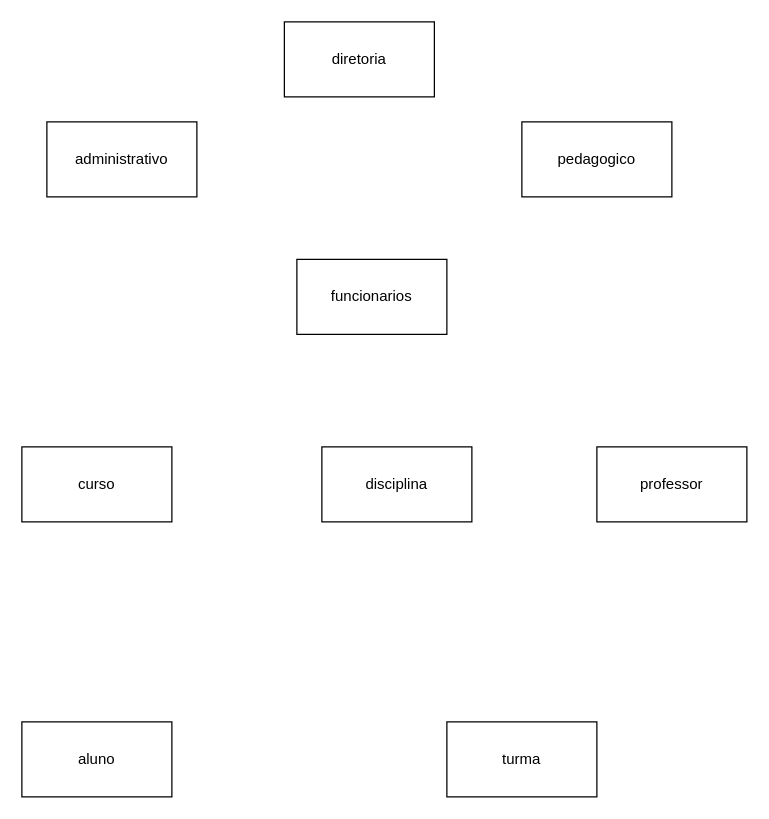
Before: Untitled Diagram.drawio in GuilhermeScheidt/diagrams, a draw.io diagram. Source tidied: cells renumbered, new cells numbered last; positions are measured from the earlier drawing's top-left corner, leaving out a move shared by most shapes. Both pictures are drawn from the tidied source at 125%, with x=0, y=0 at pixel (21, 21).
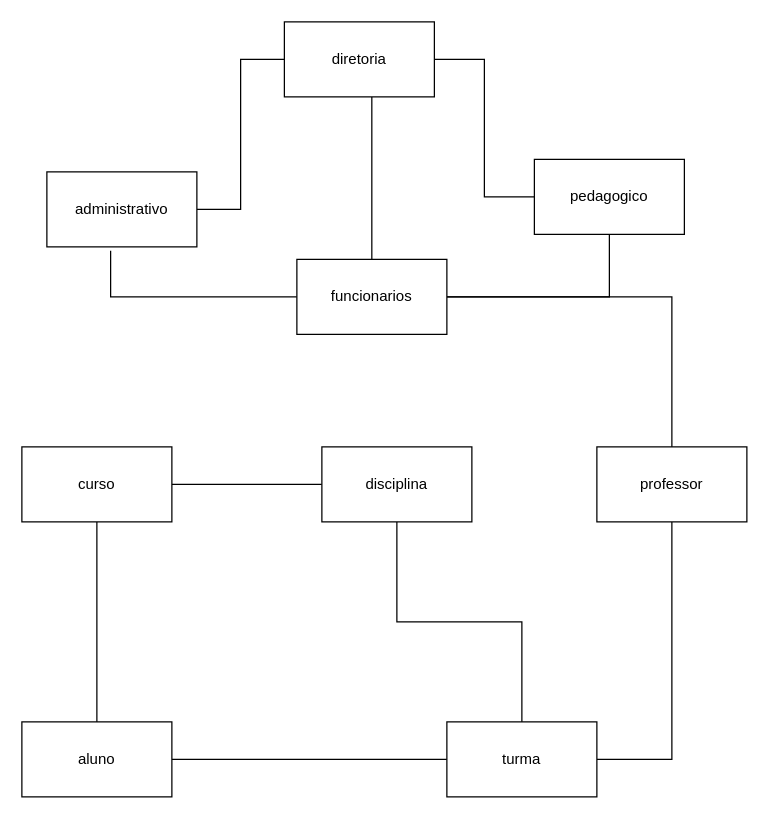
The same page after the edit.

Commit message (it also covers changes not shown here):
school departament concept

The change refers to these unchanged cells:
```xml
<mxCell id="2" value="diretoria" style="rounded=0;whiteSpace=wrap;html=1;" parent="1" vertex="1">
  <mxGeometry x="210" width="120" height="60" as="geometry" />
</mxCell>
<mxCell id="5" value="funcionarios" style="rounded=0;whiteSpace=wrap;html=1;" parent="1" vertex="1">
  <mxGeometry x="220" y="190" width="120" height="60" as="geometry" />
</mxCell>
<mxCell id="6" value="curso" style="rounded=0;whiteSpace=wrap;html=1;" parent="1" vertex="1">
  <mxGeometry y="340" width="120" height="60" as="geometry" />
</mxCell>
<mxCell id="7" value="disciplina" style="rounded=0;whiteSpace=wrap;html=1;" parent="1" vertex="1">
  <mxGeometry x="240" y="340" width="120" height="60" as="geometry" />
</mxCell>
<mxCell id="8" value="professor" style="rounded=0;whiteSpace=wrap;html=1;" parent="1" vertex="1">
  <mxGeometry x="460" y="340" width="120" height="60" as="geometry" />
</mxCell>
<mxCell id="9" value="aluno" style="rounded=0;whiteSpace=wrap;html=1;" parent="1" vertex="1">
  <mxGeometry y="560" width="120" height="60" as="geometry" />
</mxCell>
<mxCell id="10" value="turma" style="rounded=0;whiteSpace=wrap;html=1;" parent="1" vertex="1">
  <mxGeometry x="340" y="560" width="120" height="60" as="geometry" />
</mxCell>
```

Diff of the diagram source:
```diff
@@
+    <mxCell id="11" style="edgeStyle=orthogonalEdgeStyle;rounded=0;jettySize=auto;html=1;entryX=1;entryY=0.5;entryDx=0;entryDy=0;endArrow=none;endFill=0;" parent="1" edge="1" source="3" target="2">
+      <mxGeometry relative="1" as="geometry" />
+    </mxCell>
     <mxCell id="3" value="pedagogico" style="rounded=0;whiteSpace=wrap;html=1;" parent="1" vertex="1">
-      <mxGeometry x="400" y="80" width="120" height="60" as="geometry" />
+      <mxGeometry x="410" y="110" width="120" height="60" as="geometry" />
     </mxCell>
+    <mxCell id="12" style="edgeStyle=orthogonalEdgeStyle;rounded=0;jettySize=auto;html=1;entryX=0;entryY=0.5;entryDx=0;entryDy=0;endArrow=none;endFill=0;" parent="1" edge="1" source="4" target="2">
+      <mxGeometry relative="1" as="geometry" />
+    </mxCell>
     <mxCell id="4" value="administrativo" style="rounded=0;whiteSpace=wrap;html=1;" parent="1" vertex="1">
-      <mxGeometry x="20" y="80" width="120" height="60" as="geometry" />
+      <mxGeometry x="20" y="120" width="120" height="60" as="geometry" />
     </mxCell>
+    <mxCell id="13" style="edgeStyle=orthogonalEdgeStyle;rounded=0;jettySize=auto;html=1;entryX=0.583;entryY=1;entryDx=0;entryDy=0;entryPerimeter=0;endArrow=none;endFill=0;" parent="1" edge="1" source="5" target="2">
+      <mxGeometry relative="1" as="geometry" />
+    </mxCell>
+    <mxCell id="14" style="edgeStyle=orthogonalEdgeStyle;rounded=0;jettySize=auto;html=1;entryX=0.5;entryY=1;entryDx=0;entryDy=0;endArrow=none;endFill=0;" parent="1" edge="1" source="5" target="3">
+      <mxGeometry relative="1" as="geometry" />
+    </mxCell>
+    <mxCell id="15" style="edgeStyle=orthogonalEdgeStyle;rounded=0;jettySize=auto;html=1;entryX=0.425;entryY=1.05;entryDx=0;entryDy=0;entryPerimeter=0;endArrow=none;endFill=0;" parent="1" edge="1" source="5" target="4">
+      <mxGeometry relative="1" as="geometry" />
+    </mxCell>
+    <mxCell id="16" style="edgeStyle=orthogonalEdgeStyle;rounded=0;jettySize=auto;html=1;entryX=0.5;entryY=0;entryDx=0;entryDy=0;endArrow=none;endFill=0;" parent="1" edge="1" source="5" target="8">
+      <mxGeometry relative="1" as="geometry" />
+    </mxCell>
@@
+    <mxCell id="17" style="edgeStyle=orthogonalEdgeStyle;rounded=0;jettySize=auto;html=1;endArrow=none;endFill=0;" parent="1" edge="1" source="6" target="7">
+      <mxGeometry relative="1" as="geometry" />
+    </mxCell>
+    <mxCell id="18" style="edgeStyle=orthogonalEdgeStyle;rounded=0;jettySize=auto;html=1;entryX=0.5;entryY=0;entryDx=0;entryDy=0;endArrow=none;endFill=0;" parent="1" edge="1" source="6" target="9">
+      <mxGeometry relative="1" as="geometry" />
+    </mxCell>
@@
+    <mxCell id="19" style="edgeStyle=orthogonalEdgeStyle;rounded=0;jettySize=auto;html=1;endArrow=none;endFill=0;" parent="1" edge="1" source="7" target="10">
+      <mxGeometry relative="1" as="geometry" />
+    </mxCell>
@@
+    <mxCell id="20" style="edgeStyle=orthogonalEdgeStyle;rounded=0;jettySize=auto;html=1;entryX=1;entryY=0.5;entryDx=0;entryDy=0;endArrow=none;endFill=0;" parent="1" edge="1" source="8" target="10">
+      <mxGeometry relative="1" as="geometry" />
+    </mxCell>
@@
+    <mxCell id="21" style="edgeStyle=orthogonalEdgeStyle;rounded=0;jettySize=auto;html=1;endArrow=none;endFill=0;" parent="1" edge="1" source="9" target="10">
+      <mxGeometry relative="1" as="geometry" />
+    </mxCell>
```
